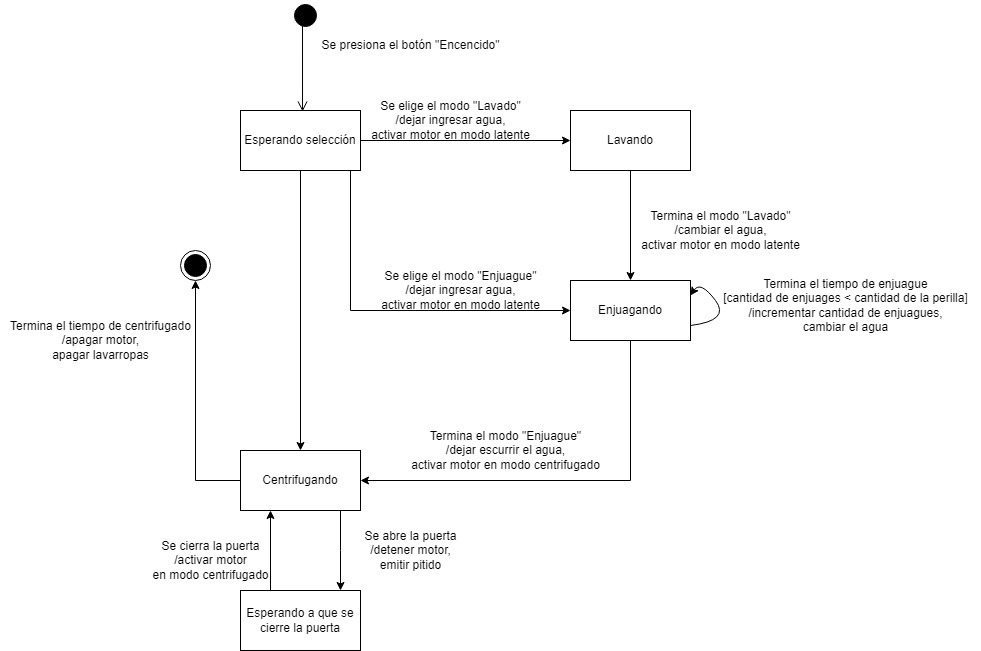
JuCenBer/IS1-Ingenieria_de_Software1 keeps this draw.io diagram as Practica 4/ejercicio12.png. Above is the earlier version. Source tidied: cells renumbered, new cells last; positions are measured from the earlier drawing's top-left corner, leaving out a move shared by most shapes. Source of this version:
```xml
<mxGraphModel>
  <root>
    <mxCell id="0" />
    <mxCell id="1" parent="0" />
    <mxCell id="2" style="ellipse;html=1;shape=startState;fillColor=#000000;strokeColor=#000000;" parent="1" vertex="1">
      <mxGeometry x="290" width="30" height="30" as="geometry" />
    </mxCell>
    <mxCell id="3" style="edgeStyle=orthogonalEdgeStyle;html=1;verticalAlign=bottom;endArrow=open;endSize=8;strokeColor=#000000;rounded=0;entryX=0.567;entryY=0.017;entryDx=0;entryDy=0;entryPerimeter=0;" parent="1" edge="1">
      <mxGeometry relative="1" as="geometry">
        <mxPoint x="310" y="20" as="sourcePoint" />
        <mxPoint x="302" y="111" as="targetPoint" />
        <Array as="points">
          <mxPoint x="302" y="20" />
        </Array>
      </mxGeometry>
    </mxCell>
    <mxCell id="4" value="Se presiona el botón &quot;Encencido&quot;" style="text;html=1;align=center;verticalAlign=middle;strokeColor=none;fillColor=none;" parent="1" vertex="1">
      <mxGeometry x="310" y="30" width="200" height="30" as="geometry" />
    </mxCell>
    <mxCell id="5" style="edgeStyle=orthogonalEdgeStyle;rounded=0;jettySize=auto;html=1;strokeColor=#000000;" parent="1" edge="1" source="8" target="10">
      <mxGeometry relative="1" as="geometry" />
    </mxCell>
    <mxCell id="6" style="edgeStyle=orthogonalEdgeStyle;rounded=0;jettySize=auto;html=1;exitX=1;exitY=1;exitDx=0;exitDy=0;entryX=0;entryY=0.5;entryDx=0;entryDy=0;strokeColor=#000000;" parent="1" edge="1" source="8" target="13">
      <mxGeometry relative="1" as="geometry">
        <Array as="points">
          <mxPoint x="350" y="170" />
          <mxPoint x="350" y="310" />
        </Array>
      </mxGeometry>
    </mxCell>
    <mxCell id="7" style="edgeStyle=orthogonalEdgeStyle;rounded=0;jettySize=auto;html=1;strokeColor=#000000;" parent="1" edge="1" source="8" target="20">
      <mxGeometry relative="1" as="geometry" />
    </mxCell>
    <mxCell id="8" value="Esperando selección" style="whiteSpace=wrap;html=1;strokeColor=#000000;" parent="1" vertex="1">
      <mxGeometry x="240" y="110" width="120" height="60" as="geometry" />
    </mxCell>
    <mxCell id="9" style="edgeStyle=orthogonalEdgeStyle;rounded=0;jettySize=auto;html=1;strokeColor=#000000;" parent="1" edge="1" source="10" target="13">
      <mxGeometry relative="1" as="geometry" />
    </mxCell>
    <mxCell id="10" value="Lavando" style="whiteSpace=wrap;html=1;strokeColor=#000000;" parent="1" vertex="1">
      <mxGeometry x="570" y="110" width="120" height="60" as="geometry" />
    </mxCell>
    <mxCell id="11" value="Se elige el modo &quot;Lavado&quot;&lt;br&gt;/dejar ingresar agua,&lt;br&gt;activar motor en modo latente" style="text;html=1;align=center;verticalAlign=middle;strokeColor=none;fillColor=none;" parent="1" vertex="1">
      <mxGeometry x="360" y="90" width="180" height="60" as="geometry" />
    </mxCell>
    <mxCell id="12" style="edgeStyle=orthogonalEdgeStyle;rounded=0;jettySize=auto;html=1;exitX=0.5;exitY=1;exitDx=0;exitDy=0;entryX=1;entryY=0.5;entryDx=0;entryDy=0;strokeColor=#000000;" parent="1" edge="1" source="13" target="20">
      <mxGeometry relative="1" as="geometry" />
    </mxCell>
    <mxCell id="13" value="Enjuagando" style="whiteSpace=wrap;html=1;strokeColor=#000000;" parent="1" vertex="1">
      <mxGeometry x="570" y="280" width="120" height="60" as="geometry" />
    </mxCell>
    <mxCell id="14" value="Termina el modo &quot;Lavado&quot;&lt;br&gt;/cambiar el agua,&lt;br&gt;activar motor en modo latente" style="text;html=1;align=center;verticalAlign=middle;strokeColor=none;fillColor=none;" parent="1" vertex="1">
      <mxGeometry x="630" y="200" width="180" height="60" as="geometry" />
    </mxCell>
    <mxCell id="15" value="Se elige el modo &quot;Enjuague&quot;&lt;br&gt;/dejar ingresar agua,&lt;br&gt;activar motor en modo latente" style="text;html=1;align=center;verticalAlign=middle;strokeColor=none;fillColor=none;" parent="1" vertex="1">
      <mxGeometry x="370" y="260" width="180" height="60" as="geometry" />
    </mxCell>
    <mxCell id="16" style="curved=1;endArrow=classic;html=1;rounded=0;strokeColor=#000000;exitX=1;exitY=0.75;exitDx=0;exitDy=0;entryX=1;entryY=0.25;entryDx=0;entryDy=0;" parent="1" edge="1" source="13" target="13">
      <mxGeometry relative="1" as="geometry">
        <Array as="points">
          <mxPoint x="730" y="320" />
          <mxPoint x="700" y="280" />
        </Array>
      </mxGeometry>
    </mxCell>
    <mxCell id="17" value="Termina el tiempo de enjuague&lt;br&gt;[cantidad de enjuages &amp;lt; cantidad de la perilla]&lt;br&gt;/incrementar cantidad de enjuagues,&lt;br&gt;cambiar el agua" style="text;html=1;align=center;verticalAlign=middle;strokeColor=none;fillColor=none;" parent="1" vertex="1">
      <mxGeometry x="710" y="270" width="270" height="70" as="geometry" />
    </mxCell>
    <mxCell id="18" style="edgeStyle=orthogonalEdgeStyle;rounded=0;jettySize=auto;html=1;strokeColor=#000000;" parent="1" edge="1" source="20" target="23">
      <mxGeometry relative="1" as="geometry">
        <Array as="points">
          <mxPoint x="340" y="550" />
          <mxPoint x="340" y="550" />
        </Array>
      </mxGeometry>
    </mxCell>
    <mxCell id="19" style="edgeStyle=orthogonalEdgeStyle;rounded=0;jettySize=auto;html=1;exitX=0;exitY=0.5;exitDx=0;exitDy=0;entryX=0.5;entryY=1;entryDx=0;entryDy=0;strokeColor=#000000;" parent="1" edge="1" source="20" target="26">
      <mxGeometry relative="1" as="geometry" />
    </mxCell>
    <mxCell id="20" value="Centrifugando" style="whiteSpace=wrap;html=1;strokeColor=#000000;" parent="1" vertex="1">
      <mxGeometry x="240" y="450" width="120" height="60" as="geometry" />
    </mxCell>
    <mxCell id="21" value="Termina el modo &quot;Enjuague&quot;&lt;br&gt;/dejar escurrir el agua,&lt;br&gt;activar motor en modo centrifugado" style="text;html=1;align=center;verticalAlign=middle;strokeColor=none;fillColor=none;" parent="1" vertex="1">
      <mxGeometry x="400" y="420" width="210" height="60" as="geometry" />
    </mxCell>
    <mxCell id="22" style="edgeStyle=orthogonalEdgeStyle;rounded=0;jettySize=auto;html=1;exitX=0.25;exitY=0;exitDx=0;exitDy=0;entryX=0.25;entryY=1;entryDx=0;entryDy=0;strokeColor=#000000;" parent="1" edge="1" source="23" target="20">
      <mxGeometry relative="1" as="geometry" />
    </mxCell>
    <mxCell id="23" value="Esperando a que se cierre la puerta" style="whiteSpace=wrap;html=1;strokeColor=#000000;" parent="1" vertex="1">
      <mxGeometry x="240" y="590" width="120" height="60" as="geometry" />
    </mxCell>
    <mxCell id="24" value="Se abre la puerta&lt;br&gt;/detener motor,&lt;br&gt;emitir pitido" style="text;html=1;align=center;verticalAlign=middle;strokeColor=none;fillColor=none;" parent="1" vertex="1">
      <mxGeometry x="350" y="520" width="120" height="60" as="geometry" />
    </mxCell>
    <mxCell id="25" value="Se cierra la puerta&lt;br&gt;/activar motor &lt;br&gt;en modo centrifugado" style="text;html=1;align=center;verticalAlign=middle;strokeColor=none;fillColor=none;" parent="1" vertex="1">
      <mxGeometry x="140" y="530" width="140" height="60" as="geometry" />
    </mxCell>
    <mxCell id="26" style="ellipse;html=1;shape=endState;fillColor=#000000;strokeColor=#000000;" parent="1" vertex="1">
      <mxGeometry x="180" y="250" width="30" height="30" as="geometry" />
    </mxCell>
    <mxCell id="27" value="Termina el tiempo de centrifugado&lt;br&gt;/apagar motor,&lt;br&gt;apagar lavarropas" style="text;html=1;align=center;verticalAlign=middle;strokeColor=none;fillColor=none;" parent="1" vertex="1">
      <mxGeometry y="310" width="200" height="60" as="geometry" />
    </mxCell>
  </root>
</mxGraphModel>
```
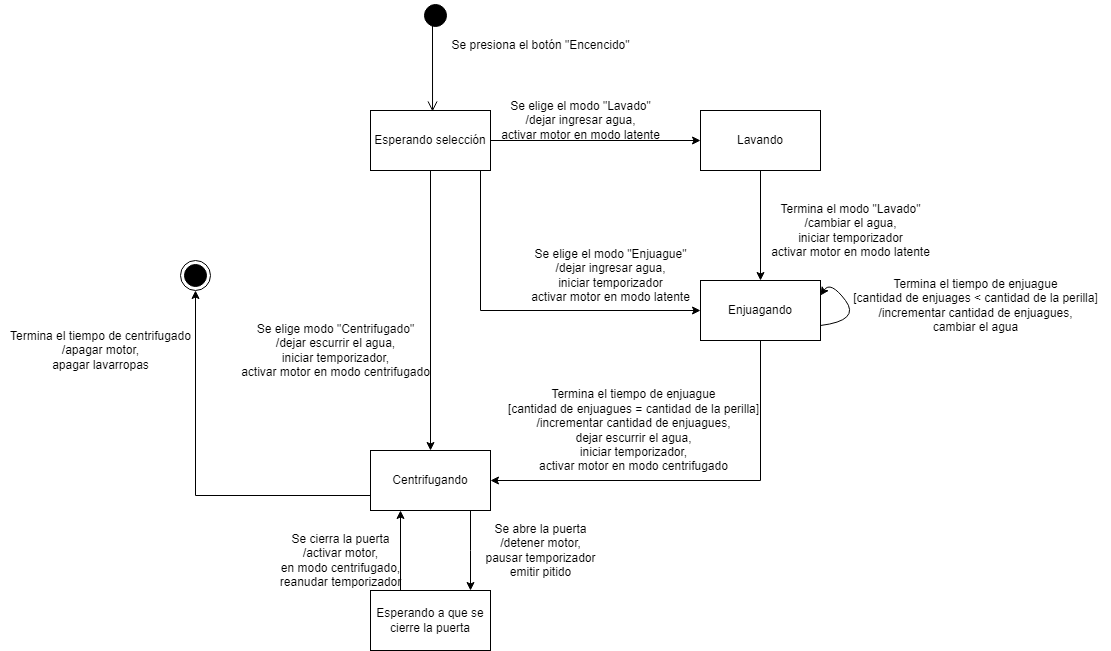
After the change.

Diff of the diagram source:
```diff
@@ -49,11 +49,11 @@
     <mxCell id="13" value="Enjuagando" style="whiteSpace=wrap;html=1;strokeColor=#000000;" parent="1" vertex="1">
       <mxGeometry x="570" y="280" width="120" height="60" as="geometry" />
     </mxCell>
-    <mxCell id="14" value="Termina el modo &quot;Lavado&quot;&lt;br&gt;/cambiar el agua,&lt;br&gt;activar motor en modo latente" style="text;html=1;align=center;verticalAlign=middle;strokeColor=none;fillColor=none;" parent="1" vertex="1">
-      <mxGeometry x="630" y="200" width="180" height="60" as="geometry" />
+    <mxCell id="14" value="Termina el modo &quot;Lavado&quot;&lt;br&gt;/cambiar el agua,&lt;br&gt;iniciar temporizador&lt;br&gt;activar motor en modo latente" style="text;html=1;align=center;verticalAlign=middle;strokeColor=none;fillColor=none;" parent="1" vertex="1">
+      <mxGeometry x="630" y="195" width="180" height="70" as="geometry" />
     </mxCell>
-    <mxCell id="15" value="Se elige el modo &quot;Enjuague&quot;&lt;br&gt;/dejar ingresar agua,&lt;br&gt;activar motor en modo latente" style="text;html=1;align=center;verticalAlign=middle;strokeColor=none;fillColor=none;" parent="1" vertex="1">
-      <mxGeometry x="370" y="260" width="180" height="60" as="geometry" />
+    <mxCell id="15" value="Se elige el modo &quot;Enjuague&quot;&lt;br&gt;/dejar ingresar agua,&lt;br&gt;iniciar temporizador&lt;br&gt;activar motor en modo latente" style="text;html=1;align=center;verticalAlign=middle;strokeColor=none;fillColor=none;" parent="1" vertex="1">
+      <mxGeometry x="390" y="240" width="180" height="70" as="geometry" />
     </mxCell>
     <mxCell id="16" style="curved=1;endArrow=classic;html=1;rounded=0;strokeColor=#000000;exitX=1;exitY=0.75;exitDx=0;exitDy=0;entryX=1;entryY=0.25;entryDx=0;entryDy=0;" parent="1" edge="1" source="13" target="13">
       <mxGeometry relative="1" as="geometry">
@@ -74,14 +74,14 @@
         </Array>
       </mxGeometry>
     </mxCell>
-    <mxCell id="19" style="edgeStyle=orthogonalEdgeStyle;rounded=0;jettySize=auto;html=1;exitX=0;exitY=0.5;exitDx=0;exitDy=0;entryX=0.5;entryY=1;entryDx=0;entryDy=0;strokeColor=#000000;" parent="1" edge="1" source="20" target="26">
+    <mxCell id="19" style="edgeStyle=orthogonalEdgeStyle;rounded=0;jettySize=auto;html=1;exitX=0;exitY=0.75;exitDx=0;exitDy=0;entryX=0.5;entryY=1;entryDx=0;entryDy=0;strokeColor=#000000;" parent="1" edge="1" source="20" target="26">
       <mxGeometry relative="1" as="geometry" />
     </mxCell>
     <mxCell id="20" value="Centrifugando" style="whiteSpace=wrap;html=1;strokeColor=#000000;" parent="1" vertex="1">
       <mxGeometry x="240" y="450" width="120" height="60" as="geometry" />
     </mxCell>
-    <mxCell id="21" value="Termina el modo &quot;Enjuague&quot;&lt;br&gt;/dejar escurrir el agua,&lt;br&gt;activar motor en modo centrifugado" style="text;html=1;align=center;verticalAlign=middle;strokeColor=none;fillColor=none;" parent="1" vertex="1">
-      <mxGeometry x="400" y="420" width="210" height="60" as="geometry" />
+    <mxCell id="21" value="Termina el tiempo de enjuague&lt;br&gt;[cantidad de enjuagues = cantidad de la perilla]&lt;br&gt;/incrementar cantidad de enjuagues,&lt;br&gt;dejar escurrir el agua,&lt;br&gt;iniciar temporizador,&lt;br&gt;activar motor en modo centrifugado" style="text;html=1;align=center;verticalAlign=middle;strokeColor=none;fillColor=none;" parent="1" vertex="1">
+      <mxGeometry x="368" y="380" width="270" height="100" as="geometry" />
     </mxCell>
     <mxCell id="22" style="edgeStyle=orthogonalEdgeStyle;rounded=0;jettySize=auto;html=1;exitX=0.25;exitY=0;exitDx=0;exitDy=0;entryX=0.25;entryY=1;entryDx=0;entryDy=0;strokeColor=#000000;" parent="1" edge="1" source="23" target="20">
       <mxGeometry relative="1" as="geometry" />
@@ -89,17 +89,20 @@
     <mxCell id="23" value="Esperando a que se cierre la puerta" style="whiteSpace=wrap;html=1;strokeColor=#000000;" parent="1" vertex="1">
       <mxGeometry x="240" y="590" width="120" height="60" as="geometry" />
     </mxCell>
-    <mxCell id="24" value="Se abre la puerta&lt;br&gt;/detener motor,&lt;br&gt;emitir pitido" style="text;html=1;align=center;verticalAlign=middle;strokeColor=none;fillColor=none;" parent="1" vertex="1">
-      <mxGeometry x="350" y="520" width="120" height="60" as="geometry" />
+    <mxCell id="24" value="Se abre la puerta&lt;br&gt;/detener motor,&lt;br&gt;pausar temporizador&lt;br&gt;emitir pitido" style="text;html=1;align=center;verticalAlign=middle;strokeColor=none;fillColor=none;" parent="1" vertex="1">
+      <mxGeometry x="345" y="515" width="130" height="70" as="geometry" />
     </mxCell>
-    <mxCell id="25" value="Se cierra la puerta&lt;br&gt;/activar motor &lt;br&gt;en modo centrifugado" style="text;html=1;align=center;verticalAlign=middle;strokeColor=none;fillColor=none;" parent="1" vertex="1">
-      <mxGeometry x="140" y="530" width="140" height="60" as="geometry" />
+    <mxCell id="25" value="Se cierra la puerta&lt;br&gt;/activar motor,&lt;br&gt;en modo centrifugado,&lt;br&gt;reanudar temporizador" style="text;html=1;align=center;verticalAlign=middle;strokeColor=none;fillColor=none;" parent="1" vertex="1">
+      <mxGeometry x="140" y="525" width="140" height="70" as="geometry" />
     </mxCell>
     <mxCell id="26" style="ellipse;html=1;shape=endState;fillColor=#000000;strokeColor=#000000;" parent="1" vertex="1">
-      <mxGeometry x="180" y="250" width="30" height="30" as="geometry" />
+      <mxGeometry x="50" y="260" width="30" height="30" as="geometry" />
     </mxCell>
     <mxCell id="27" value="Termina el tiempo de centrifugado&lt;br&gt;/apagar motor,&lt;br&gt;apagar lavarropas" style="text;html=1;align=center;verticalAlign=middle;strokeColor=none;fillColor=none;" parent="1" vertex="1">
-      <mxGeometry y="310" width="200" height="60" as="geometry" />
+      <mxGeometry x="-130" y="320" width="200" height="60" as="geometry" />
     </mxCell>
+    <mxCell id="28" value="Se elige modo &quot;Centrifugado&quot;&lt;br&gt;/dejar escurrir el agua,&lt;br&gt;iniciar temporizador,&lt;br&gt;activar motor en modo centrifugado" style="text;html=1;align=center;verticalAlign=middle;strokeColor=none;fillColor=none;" parent="1" vertex="1">
+      <mxGeometry x="100" y="315" width="210" height="70" as="geometry" />
+    </mxCell>
   </root>
 </mxGraphModel>
```
